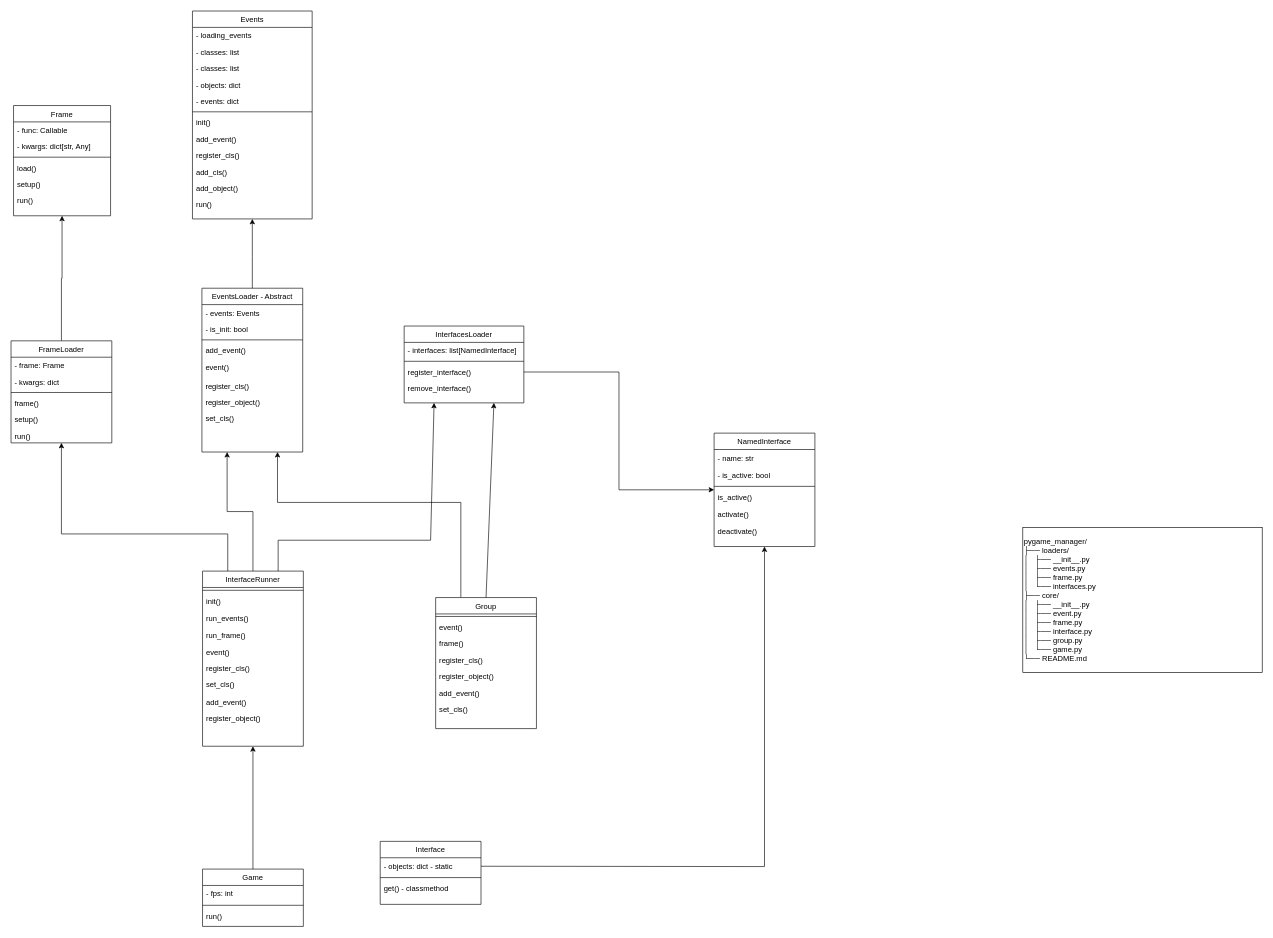
Before: Diagrama sem nome.drawio in KauanHK/diagramas, a draw.io diagram. Source tidied: cells renumbered, new cells numbered last; positions are measured from the earlier drawing's top-left corner, leaving out a move shared by most shapes. Both pictures are drawn from the tidied source at 63%, with x=0, y=0 at pixel (11, 11).
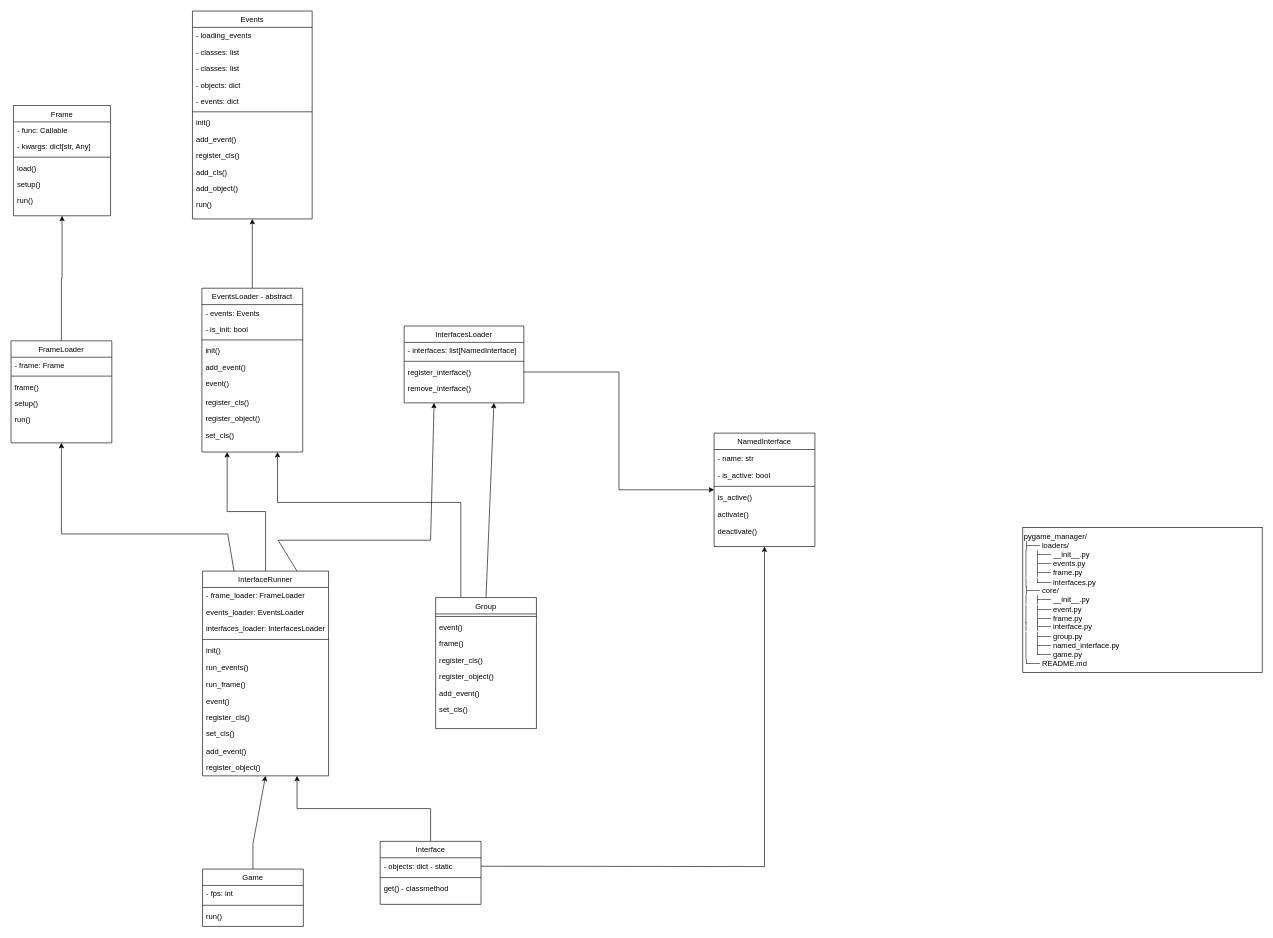
The same page after the edit.

The change refers to these unchanged cells:
```xml
<mxCell id="11" value="Interface" style="swimlane;fontStyle=0;align=center;verticalAlign=top;horizontal=1;startSize=26;rounded=0;shadow=0;strokeWidth=1;" parent="1" vertex="1">
  <mxGeometry x="586" y="1318" width="160" height="100" as="geometry" />
</mxCell>
<mxCell id="69" value="FrameLoader" style="swimlane;fontStyle=0;align=center;verticalAlign=top;horizontal=1;startSize=26;rounded=0;shadow=0;strokeWidth=1;" parent="1" vertex="1">
  <mxGeometry y="523.5" width="160" height="162" as="geometry" />
</mxCell>
```

What changed in the source:
```diff
@@
-    <mxCell id="2" value="EventsLoader - Abstract" style="swimlane;fontStyle=0;align=center;verticalAlign=top;horizontal=1;startSize=26;rounded=0;shadow=0;strokeWidth=1;" parent="1" vertex="1">
+    <mxCell id="2" value="EventsLoader - abstract" style="swimlane;fontStyle=0;align=center;verticalAlign=top;horizontal=1;startSize=26;rounded=0;shadow=0;strokeWidth=1;" parent="1" vertex="1">
       <mxGeometry x="303" y="440" width="160" height="260" as="geometry" />
     </mxCell>
@@
+    <mxCell id="87" value="init()" style="text;align=left;verticalAlign=top;spacingLeft=4;spacingRight=4;overflow=hidden;" parent="2" vertex="1">
+      <mxGeometry y="86" width="160" height="26" as="geometry" />
+    </mxCell>
     <mxCell id="6" value="add_event()&#10;" style="text;align=left;verticalAlign=top;spacingLeft=4;spacingRight=4;overflow=hidden;" parent="2" vertex="1">
-      <mxGeometry y="86" width="160" height="26" as="geometry" />
+      <mxGeometry y="112" width="160" height="26" as="geometry" />
     </mxCell>
     <mxCell id="7" value="event()&#10;" style="text;align=left;verticalAlign=top;spacingLeft=4;spacingRight=4;overflow=hidden;" parent="2" vertex="1">
-      <mxGeometry y="112" width="160" height="30" as="geometry" />
+      <mxGeometry y="138" width="160" height="30" as="geometry" />
     </mxCell>
     <mxCell id="8" value="register_cls()&#10;" style="text;align=left;verticalAlign=top;spacingLeft=4;spacingRight=4;overflow=hidden;" parent="2" vertex="1">
-      <mxGeometry y="142" width="160" height="26" as="geometry" />
+      <mxGeometry y="168" width="160" height="26" as="geometry" />
     </mxCell>
     <mxCell id="9" value="register_object()" style="text;align=left;verticalAlign=top;spacingLeft=4;spacingRight=4;overflow=hidden;" parent="2" vertex="1">
-      <mxGeometry y="168" width="160" height="26" as="geometry" />
+      <mxGeometry y="194" width="160" height="26" as="geometry" />
     </mxCell>
     <mxCell id="10" value="set_cls()&#10;" style="text;align=left;verticalAlign=top;spacingLeft=4;spacingRight=4;overflow=hidden;" parent="2" vertex="1">
-      <mxGeometry y="194" width="160" height="26" as="geometry" />
+      <mxGeometry y="220" width="160" height="26" as="geometry" />
     </mxCell>
+    <mxCell id="88" style="edgeStyle=orthogonalEdgeStyle;rounded=0;jettySize=auto;html=1;exitX=0.5;exitY=0;exitDx=0;exitDy=0;entryX=0.75;entryY=1;entryDx=0;entryDy=0;" parent="1" edge="1" source="11" target="54">
+      <mxGeometry relative="1" as="geometry" />
+    </mxCell>
@@
     <mxCell id="54" value="InterfaceRunner" style="swimlane;fontStyle=0;align=center;verticalAlign=top;horizontal=1;startSize=26;rounded=0;shadow=0;strokeWidth=1;" parent="1" vertex="1">
-      <mxGeometry x="304" y="889" width="160" height="278" as="geometry" />
+      <mxGeometry x="304" y="889" width="200" height="325" as="geometry" />
     </mxCell>
+    <mxCell id="89" value="- frame_loader: FrameLoader" style="text;align=left;verticalAlign=top;spacingLeft=4;spacingRight=4;overflow=hidden;" parent="54" vertex="1">
+      <mxGeometry y="26" width="200" height="26" as="geometry" />
+    </mxCell>
+    <mxCell id="90" value="events_loader: EventsLoader" style="text;align=left;verticalAlign=top;spacingLeft=4;spacingRight=4;overflow=hidden;" parent="54" vertex="1">
+      <mxGeometry y="52" width="200" height="26" as="geometry" />
+    </mxCell>
+    <mxCell id="91" value="interfaces_loader: InterfacesLoader" style="text;align=left;verticalAlign=top;spacingLeft=4;spacingRight=4;overflow=hidden;" parent="54" vertex="1">
+      <mxGeometry y="78" width="200" height="26" as="geometry" />
+    </mxCell>
     <mxCell id="55" style="line;html=1;strokeWidth=1;align=left;verticalAlign=middle;spacingTop=-1;spacingLeft=3;spacingRight=3;labelPosition=right;" parent="54" vertex="1">
-      <mxGeometry y="26" width="160" height="9" as="geometry" />
+      <mxGeometry y="104" width="200" height="9" as="geometry" />
     </mxCell>
     <mxCell id="56" value="init()" style="text;align=left;verticalAlign=top;spacingLeft=4;spacingRight=4;overflow=hidden;rounded=0;shadow=0;html=0;" parent="54" vertex="1">
-      <mxGeometry y="35" width="160" height="27" as="geometry" />
+      <mxGeometry y="113" width="200" height="27" as="geometry" />
     </mxCell>
     <mxCell id="57" value="run_events()" style="text;align=left;verticalAlign=top;spacingLeft=4;spacingRight=4;overflow=hidden;rounded=0;shadow=0;html=0;" parent="54" vertex="1">
-      <mxGeometry y="62" width="160" height="27" as="geometry" />
+      <mxGeometry y="140" width="200" height="27" as="geometry" />
     </mxCell>
     <mxCell id="58" value="run_frame()" style="text;align=left;verticalAlign=top;spacingLeft=4;spacingRight=4;overflow=hidden;" parent="54" vertex="1">
-      <mxGeometry y="89" width="160" height="26" as="geometry" />
+      <mxGeometry y="167" width="200" height="26" as="geometry" />
     </mxCell>
     <mxCell id="59" value="event()" style="text;align=left;verticalAlign=top;spacingLeft=4;spacingRight=4;overflow=hidden;rounded=0;shadow=0;html=0;" parent="54" vertex="1">
-      <mxGeometry y="115" width="160" height="26" as="geometry" />
+      <mxGeometry y="193" width="200" height="26" as="geometry" />
     </mxCell>
     <mxCell id="60" value="register_cls()&#10;" style="text;align=left;verticalAlign=top;spacingLeft=4;spacingRight=4;overflow=hidden;" parent="54" vertex="1">
-      <mxGeometry y="141" width="160" height="26" as="geometry" />
+      <mxGeometry y="219" width="200" height="26" as="geometry" />
     </mxCell>
     <mxCell id="61" value="set_cls()&#10;" style="text;align=left;verticalAlign=top;spacingLeft=4;spacingRight=4;overflow=hidden;" parent="54" vertex="1">
-      <mxGeometry y="167" width="160" height="28" as="geometry" />
+      <mxGeometry y="245" width="200" height="28" as="geometry" />
     </mxCell>
     <mxCell id="62" value="add_event()" style="text;align=left;verticalAlign=top;spacingLeft=4;spacingRight=4;overflow=hidden;rounded=0;shadow=0;html=0;" parent="54" vertex="1">
-      <mxGeometry y="195" width="160" height="26" as="geometry" />
+      <mxGeometry y="273" width="200" height="26" as="geometry" />
     </mxCell>
     <mxCell id="63" value="register_object()" style="text;align=left;verticalAlign=top;spacingLeft=4;spacingRight=4;overflow=hidden;" parent="54" vertex="1">
-      <mxGeometry y="221" width="160" height="26" as="geometry" />
+      <mxGeometry y="299" width="200" height="26" as="geometry" />
     </mxCell>
@@
-    <mxCell id="71" value="- kwargs: dict" style="text;align=left;verticalAlign=top;spacingLeft=4;spacingRight=4;overflow=hidden;" parent="69" vertex="1">
-      <mxGeometry y="52" width="160" height="26" as="geometry" />
-    </mxCell>
     <mxCell id="72" style="line;html=1;strokeWidth=1;align=left;verticalAlign=middle;spacingTop=-1;spacingLeft=3;spacingRight=3;labelPosition=right;" parent="69" vertex="1">
-      <mxGeometry y="78" width="160" height="8" as="geometry" />
+      <mxGeometry y="52" width="160" height="8" as="geometry" />
     </mxCell>
     <mxCell id="73" value="frame()" style="text;align=left;verticalAlign=top;spacingLeft=4;spacingRight=4;overflow=hidden;" parent="69" vertex="1">
-      <mxGeometry y="86" width="160" height="26" as="geometry" />
+      <mxGeometry y="60" width="160" height="26" as="geometry" />
     </mxCell>
     <mxCell id="74" value="setup()" style="text;align=left;verticalAlign=top;spacingLeft=4;spacingRight=4;overflow=hidden;" parent="69" vertex="1">
-      <mxGeometry y="112" width="160" height="26" as="geometry" />
+      <mxGeometry y="86" width="160" height="26" as="geometry" />
     </mxCell>
     <mxCell id="75" value="run()" style="text;align=left;verticalAlign=top;spacingLeft=4;spacingRight=4;overflow=hidden;" parent="69" vertex="1">
-      <mxGeometry y="138" width="160" height="24" as="geometry" />
+      <mxGeometry y="112" width="160" height="24" as="geometry" />
     </mxCell>
@@
-    <mxCell id="86" value="&lt;div&gt;pygame_manager/&lt;/div&gt;&lt;div&gt;├── loaders/&lt;/div&gt;&lt;div&gt;│&amp;nbsp; &amp;nbsp;├── __init__.py&lt;/div&gt;&lt;div&gt;│&amp;nbsp; &amp;nbsp;├── events.py&lt;/div&gt;&lt;div&gt;│&amp;nbsp; &amp;nbsp;&lt;span style=&quot;background-color: initial;&quot;&gt;├&lt;/span&gt;&lt;span style=&quot;background-color: initial;&quot;&gt;── frame.py&lt;/span&gt;&lt;/div&gt;&lt;div&gt;│&amp;nbsp; &amp;nbsp;└── interfaces.py&lt;/div&gt;&lt;div&gt;├── core/&lt;/div&gt;&lt;div&gt;│&amp;nbsp; &amp;nbsp;&lt;span style=&quot;background-color: initial;&quot;&gt;├&lt;/span&gt;&lt;span style=&quot;background-color: initial;&quot;&gt;── __init__.py&lt;/span&gt;&lt;/div&gt;&lt;div&gt;│&amp;nbsp; &amp;nbsp;├── event.py&lt;/div&gt;&lt;div&gt;│&amp;nbsp; &amp;nbsp;├── frame.py&lt;/div&gt;&lt;div&gt;│&amp;nbsp; &amp;nbsp;&lt;span style=&quot;background-color: initial;&quot;&gt;├&lt;/span&gt;&lt;span style=&quot;background-color: initial;&quot;&gt;── interface.py&lt;/span&gt;&lt;/div&gt;&lt;div&gt;│&amp;nbsp; &amp;nbsp;&lt;span style=&quot;background-color: initial;&quot;&gt;├&lt;/span&gt;&lt;span style=&quot;background-color: initial;&quot;&gt;──&amp;nbsp;group.py&lt;/span&gt;&lt;/div&gt;&lt;div&gt;│&amp;nbsp; &amp;nbsp;└──&amp;nbsp;&lt;span style=&quot;background-color: initial;&quot;&gt;game.py&lt;/span&gt;&lt;/div&gt;&lt;div&gt;└── README.md&lt;/div&gt;" style="whiteSpace=wrap;html=1;align=left;" parent="1" vertex="1">
+    <mxCell id="86" value="&lt;div&gt;pygame_manager/&lt;/div&gt;&lt;div&gt;├── loaders/&lt;/div&gt;&lt;div&gt;│&amp;nbsp; &amp;nbsp;├── __init__.py&lt;/div&gt;&lt;div&gt;│&amp;nbsp; &amp;nbsp;├── events.py&lt;/div&gt;&lt;div&gt;│&amp;nbsp; &amp;nbsp;&lt;span style=&quot;background-color: initial;&quot;&gt;├&lt;/span&gt;&lt;span style=&quot;background-color: initial;&quot;&gt;── frame.py&lt;/span&gt;&lt;/div&gt;&lt;div&gt;│&amp;nbsp; &amp;nbsp;└── interfaces.py&lt;/div&gt;&lt;div&gt;├── core/&lt;/div&gt;&lt;div&gt;│&amp;nbsp; &amp;nbsp;&lt;span style=&quot;background-color: initial;&quot;&gt;├&lt;/span&gt;&lt;span style=&quot;background-color: initial;&quot;&gt;── __init__.py&lt;/span&gt;&lt;/div&gt;&lt;div&gt;│&amp;nbsp; &amp;nbsp;├── event.py&lt;/div&gt;&lt;div&gt;│&amp;nbsp; &amp;nbsp;├── frame.py&lt;/div&gt;&lt;div&gt;│&amp;nbsp; &amp;nbsp;&lt;span style=&quot;background-color: initial;&quot;&gt;├&lt;/span&gt;&lt;span style=&quot;background-color: initial;&quot;&gt;── interface.py&lt;/span&gt;&lt;/div&gt;&lt;div&gt;│&amp;nbsp; &amp;nbsp;&lt;span style=&quot;background-color: initial;&quot;&gt;├&lt;/span&gt;&lt;span style=&quot;background-color: initial;&quot;&gt;──&amp;nbsp;group.py&lt;/span&gt;&lt;/div&gt;&lt;div&gt;│&amp;nbsp; &amp;nbsp;&lt;span style=&quot;background-color: initial;&quot;&gt;├&lt;/span&gt;&lt;span style=&quot;background-color: initial;&quot;&gt;── named_interface.py&lt;/span&gt;&lt;span style=&quot;background-color: initial;&quot;&gt;&lt;/span&gt;&lt;/div&gt;&lt;div&gt;│&amp;nbsp; &amp;nbsp;└──&amp;nbsp;&lt;span style=&quot;background-color: initial;&quot;&gt;game.py&lt;/span&gt;&lt;/div&gt;&lt;div&gt;└── README.md&lt;/div&gt;" style="whiteSpace=wrap;html=1;align=left;" parent="1" vertex="1">
       <mxGeometry x="1606" y="820" width="380" height="230" as="geometry" />
     </mxCell>
```
